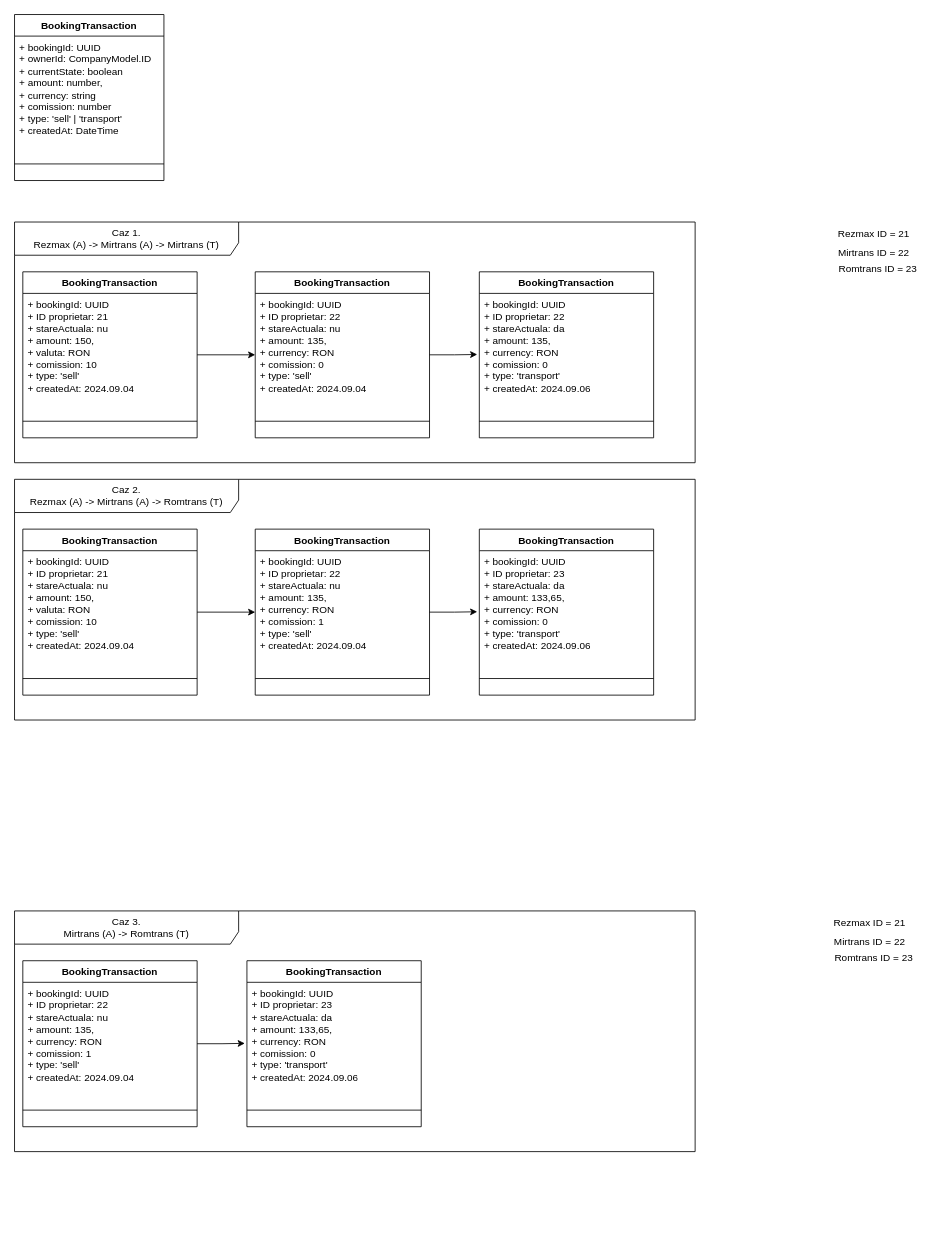
maxCheptea/Diagrams keeps this draw.io diagram as page "Booking flow" (3 of 3) of GBS/GBS_Booking_flow.drawio. Above is the earlier version. Source tidied: cells renumbered, new cells numbered last; positions are measured from the earlier drawing's top-left corner, leaving out a move shared by most shapes. Both pictures are drawn from the tidied source at 83%, with x=0, y=0 at pixel (14, 14).
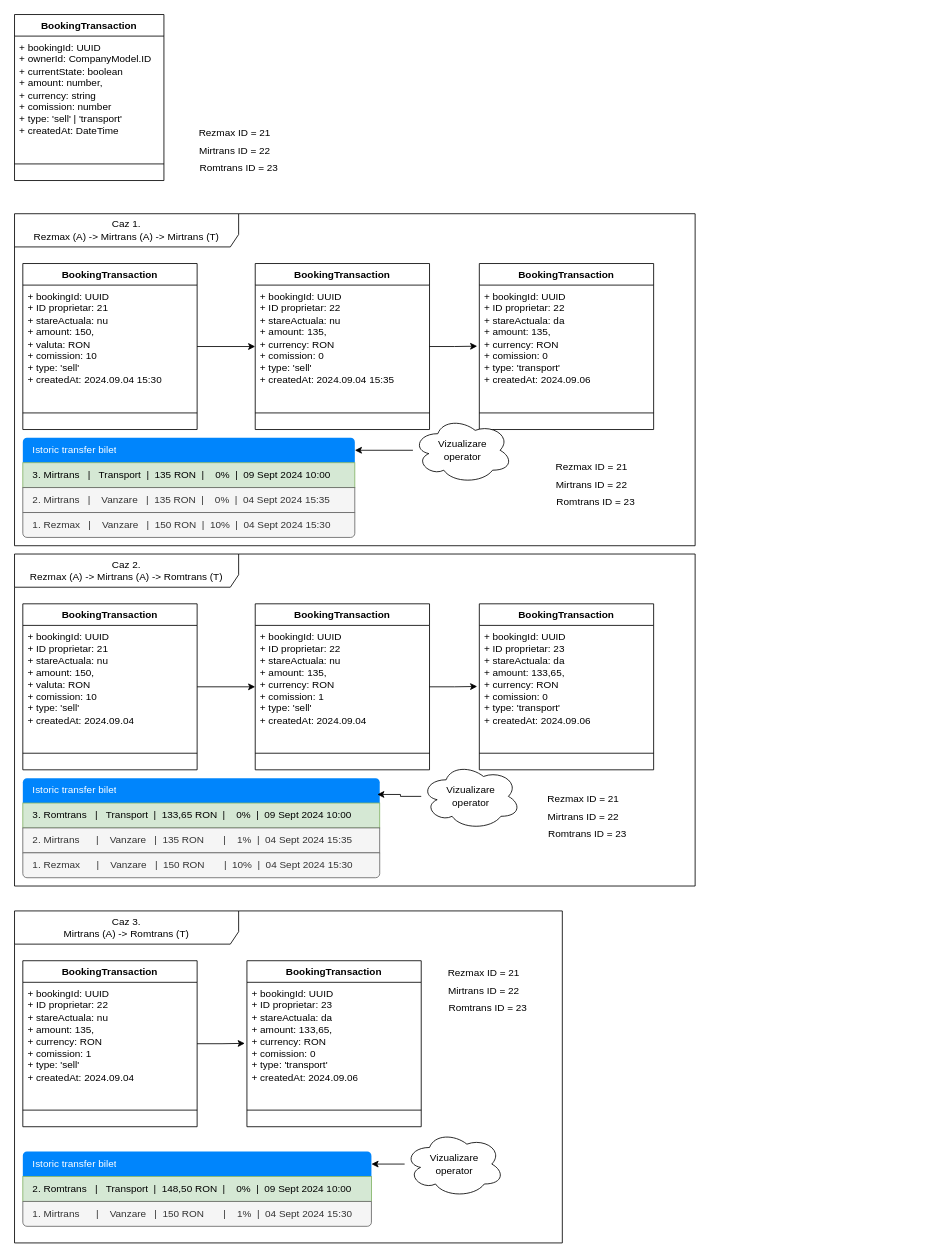
The same page after the edit.

The change refers to these unchanged cells:
```xml
<mxCell id="10" value="BookingTransaction&lt;div&gt;&lt;br&gt;&lt;/div&gt;" style="swimlane;fontStyle=1;align=center;verticalAlign=top;horizontal=1;startSize=26;whiteSpace=wrap;html=1;" parent="8" vertex="1">
  <mxGeometry x="10" y="60" width="210" height="200" as="geometry" />
</mxCell>
<mxCell id="17" value="BookingTransaction&lt;div&gt;&lt;br&gt;&lt;/div&gt;" style="swimlane;fontStyle=1;align=center;verticalAlign=top;horizontal=1;startSize=26;whiteSpace=wrap;html=1;" parent="8" vertex="1">
  <mxGeometry x="290" y="60" width="210" height="200" as="geometry" />
</mxCell>
```

What changed in the source:
```diff
@@
     <mxCell id="5" value="Rezmax ID = 21" style="text;html=1;align=center;verticalAlign=middle;strokeColor=none;fillColor=none;" parent="1" vertex="1">
-      <mxGeometry x="980" y="250" width="110" height="30" as="geometry" />
+      <mxGeometry x="210" y="128" width="110" height="30" as="geometry" />
     </mxCell>
     <mxCell id="6" value="Mirtrans ID = 22" style="text;html=1;align=center;verticalAlign=middle;strokeColor=none;fillColor=none;" parent="1" vertex="1">
-      <mxGeometry x="980" y="272" width="110" height="30" as="geometry" />
+      <mxGeometry x="210" y="150" width="110" height="30" as="geometry" />
     </mxCell>
     <mxCell id="7" value="Romtrans ID = 23" style="text;html=1;align=center;verticalAlign=middle;strokeColor=none;fillColor=none;" parent="1" vertex="1">
-      <mxGeometry x="980" y="292" width="120" height="30" as="geometry" />
+      <mxGeometry x="210" y="170" width="120" height="30" as="geometry" />
     </mxCell>
     <mxCell id="8" value="Caz 1.&lt;div&gt;Rezmax (A) -&amp;gt; Mirtrans (A) -&amp;gt; Mirtrans (T)&lt;/div&gt;" style="shape=umlFrame;whiteSpace=wrap;html=1;width=270;height=40;" parent="1" vertex="1">
-      <mxGeometry y="250" width="820" height="290" as="geometry" />
+      <mxGeometry y="240" width="820" height="400" as="geometry" />
     </mxCell>
@@
-    <mxCell id="11" value="+ bookingId: UUID&lt;div&gt;+ ID proprietar: 21&lt;/div&gt;&lt;div&gt;+ stareActuala: nu&lt;/div&gt;&lt;div&gt;+ amount: 150,&lt;/div&gt;&lt;div&gt;+ valuta: RON&lt;/div&gt;&lt;div&gt;+ comission: 10&lt;/div&gt;&lt;div&gt;+ type: 'sell'&lt;br&gt;&lt;div&gt;+ createdAt: 2024.09.04&lt;/div&gt;&lt;div&gt;&lt;br&gt;&lt;/div&gt;&lt;/div&gt;" style="text;strokeColor=none;fillColor=none;align=left;verticalAlign=top;spacingLeft=4;spacingRight=4;overflow=hidden;whiteSpace=wrap;html=1;" parent="10" vertex="1">
+    <mxCell id="11" value="+ bookingId: UUID&lt;div&gt;+ ID proprietar: 21&lt;/div&gt;&lt;div&gt;+ stareActuala: nu&lt;/div&gt;&lt;div&gt;+ amount: 150,&lt;/div&gt;&lt;div&gt;+ valuta: RON&lt;/div&gt;&lt;div&gt;+ comission: 10&lt;/div&gt;&lt;div&gt;+ type: 'sell'&lt;br&gt;&lt;div&gt;+ createdAt: 2024.09.04 15:30&lt;/div&gt;&lt;div&gt;&lt;br&gt;&lt;/div&gt;&lt;/div&gt;" style="text;strokeColor=none;fillColor=none;align=left;verticalAlign=top;spacingLeft=4;spacingRight=4;overflow=hidden;whiteSpace=wrap;html=1;" parent="10" vertex="1">
       <mxGeometry y="26" width="210" height="134" as="geometry" />
     </mxCell>
@@
-    <mxCell id="18" value="+ bookingId: UUID&lt;div&gt;+ ID proprietar: 22&lt;/div&gt;&lt;div&gt;+ stareActuala: nu&lt;/div&gt;&lt;div&gt;+ amount: 135,&lt;/div&gt;&lt;div&gt;+ currency: RON&lt;/div&gt;&lt;div&gt;+ comission: 0&lt;/div&gt;&lt;div&gt;+ type: 'sell'&lt;br&gt;&lt;div&gt;+ createdAt: 2024.09.04&lt;/div&gt;&lt;div&gt;&lt;br&gt;&lt;/div&gt;&lt;/div&gt;" style="text;strokeColor=none;fillColor=none;align=left;verticalAlign=top;spacingLeft=4;spacingRight=4;overflow=hidden;whiteSpace=wrap;html=1;" parent="17" vertex="1">
+    <mxCell id="18" value="+ bookingId: UUID&lt;div&gt;+ ID proprietar: 22&lt;/div&gt;&lt;div&gt;+ stareActuala: nu&lt;/div&gt;&lt;div&gt;+ amount: 135,&lt;/div&gt;&lt;div&gt;+ currency: RON&lt;/div&gt;&lt;div&gt;+ comission: 0&lt;/div&gt;&lt;div&gt;+ type: 'sell'&lt;br&gt;&lt;div&gt;+ createdAt: 2024.09.04 15:35&lt;/div&gt;&lt;div&gt;&lt;br&gt;&lt;/div&gt;&lt;/div&gt;" style="text;strokeColor=none;fillColor=none;align=left;verticalAlign=top;spacingLeft=4;spacingRight=4;overflow=hidden;whiteSpace=wrap;html=1;" parent="17" vertex="1">
       <mxGeometry y="26" width="210" height="134" as="geometry" />
     </mxCell>
@@
+    <mxCell id="43" value="Vizualizare&lt;br&gt;operator" style="ellipse;shape=cloud;whiteSpace=wrap;html=1;" parent="8" vertex="1">
+      <mxGeometry x="480" y="245" width="120" height="80" as="geometry" />
+    </mxCell>
+    <mxCell id="44" value="Rezmax ID = 21" style="text;html=1;align=center;verticalAlign=middle;strokeColor=none;fillColor=none;" parent="8" vertex="1">
+      <mxGeometry x="640" y="290" width="110" height="30" as="geometry" />
+    </mxCell>
+    <mxCell id="45" value="Mirtrans ID = 22" style="text;html=1;align=center;verticalAlign=middle;strokeColor=none;fillColor=none;" parent="8" vertex="1">
+      <mxGeometry x="640" y="312" width="110" height="30" as="geometry" />
+    </mxCell>
+    <mxCell id="46" value="Romtrans ID = 23" style="text;html=1;align=center;verticalAlign=middle;strokeColor=none;fillColor=none;" parent="8" vertex="1">
+      <mxGeometry x="640" y="332" width="120" height="30" as="geometry" />
+    </mxCell>
     <mxCell id="20" value="Caz 2.&lt;div&gt;Rezmax (A) -&amp;gt; Mirtrans (A) -&amp;gt; Romtrans (T)&lt;/div&gt;" style="shape=umlFrame;whiteSpace=wrap;html=1;width=270;height=40;" parent="1" vertex="1">
-      <mxGeometry y="560" width="820" height="290" as="geometry" />
+      <mxGeometry y="650" width="820" height="400" as="geometry" />
     </mxCell>
@@
+    <mxCell id="47" value="Vizualizare&lt;br&gt;operator" style="ellipse;shape=cloud;whiteSpace=wrap;html=1;" parent="20" vertex="1">
+      <mxGeometry x="490" y="252" width="120" height="80" as="geometry" />
+    </mxCell>
+    <mxCell id="48" value="Rezmax ID = 21" style="text;html=1;align=center;verticalAlign=middle;strokeColor=none;fillColor=none;" parent="20" vertex="1">
+      <mxGeometry x="630" y="280" width="110" height="30" as="geometry" />
+    </mxCell>
+    <mxCell id="49" value="Mirtrans ID = 22" style="text;html=1;align=center;verticalAlign=middle;strokeColor=none;fillColor=none;" parent="20" vertex="1">
+      <mxGeometry x="630" y="302" width="110" height="30" as="geometry" />
+    </mxCell>
+    <mxCell id="50" value="Romtrans ID = 23" style="text;html=1;align=center;verticalAlign=middle;strokeColor=none;fillColor=none;" parent="20" vertex="1">
+      <mxGeometry x="630" y="322" width="120" height="30" as="geometry" />
+    </mxCell>
     <mxCell id="32" value="Caz 3.&lt;div&gt;Mirtrans (A) -&amp;gt; Romtrans (T)&lt;/div&gt;" style="shape=umlFrame;whiteSpace=wrap;html=1;width=270;height=40;" parent="1" vertex="1">
-      <mxGeometry y="1080" width="820" height="290" as="geometry" />
+      <mxGeometry y="1080" width="660" height="400" as="geometry" />
     </mxCell>
@@
+    <mxCell id="51" style="swimlane;fontStyle=0;horizontal=1;startSize=0;whiteSpace=wrap;html=1;strokeColor=none;fillColor=none;" parent="32" vertex="1">
+      <mxGeometry x="10" y="290" width="420" height="90" as="geometry" />
+    </mxCell>
+    <mxCell id="52" value="Istoric transfer bilet" style="text;strokeColor=none;fillColor=#0085FC;align=left;verticalAlign=middle;spacingLeft=10;spacingRight=10;overflow=hidden;points=[[0,0.5],[1,0.5]];portConstraint=eastwest;whiteSpace=wrap;html=1;shape=mxgraph.bootstrap.topButton;rSize=5;fontColor=#ffffff;" parent="51" vertex="1">
+      <mxGeometry width="420" height="30" as="geometry" />
+    </mxCell>
+    <mxCell id="53" value="2. Romtrans&amp;nbsp; &amp;nbsp;|&amp;nbsp; &amp;nbsp;Transport&amp;nbsp; |&amp;nbsp; 148,50 RON&amp;nbsp; |&amp;nbsp; &amp;nbsp; 0%&amp;nbsp; |&amp;nbsp; 09 Sept 2024 10:00&amp;nbsp;" style="text;strokeColor=#82b366;fillColor=#d5e8d4;align=left;verticalAlign=middle;spacingLeft=10;spacingRight=10;overflow=hidden;whiteSpace=wrap;html=1;rSize=5;" parent="51" vertex="1">
+      <mxGeometry y="30" width="420" height="30" as="geometry" />
+    </mxCell>
+    <mxCell id="54" value="1. Mirtrans&amp;nbsp; &amp;nbsp; &amp;nbsp; |&amp;nbsp; &amp;nbsp; Vanzare&amp;nbsp; &amp;nbsp;|&amp;nbsp; 150 RON&amp;nbsp; &amp;nbsp; &amp;nbsp; &amp;nbsp;|&amp;nbsp; &amp;nbsp; 1%&amp;nbsp; |&amp;nbsp; 04 Sept 2024 15:30&amp;nbsp;" style="text;strokeColor=#666666;fillColor=#f5f5f5;align=left;verticalAlign=middle;spacingLeft=10;spacingRight=10;overflow=hidden;whiteSpace=wrap;html=1;shape=mxgraph.bootstrap.bottomButton;rSize=5;fontColor=#333333;" parent="51" vertex="1">
+      <mxGeometry y="60" width="420" height="30" as="geometry" />
+    </mxCell>
+    <mxCell id="55" style="edgeStyle=orthogonalEdgeStyle;rounded=0;jettySize=auto;html=1;" parent="32" edge="1" source="56" target="52">
+      <mxGeometry relative="1" as="geometry" />
+    </mxCell>
+    <mxCell id="56" value="Vizualizare&lt;br&gt;operator" style="ellipse;shape=cloud;whiteSpace=wrap;html=1;" parent="32" vertex="1">
+      <mxGeometry x="470" y="265" width="120" height="80" as="geometry" />
+    </mxCell>
-    <mxCell id="40" value="Rezmax ID = 21" style="text;html=1;align=center;verticalAlign=middle;strokeColor=none;fillColor=none;" parent="1" vertex="1">
-      <mxGeometry x="975" y="1080" width="110" height="30" as="geometry" />
+    <mxCell id="40" value="Rezmax ID = 21" style="text;html=1;align=center;verticalAlign=middle;strokeColor=none;fillColor=none;" parent="32" vertex="1">
+      <mxGeometry x="510" y="60" width="110" height="30" as="geometry" />
     </mxCell>
-    <mxCell id="41" value="Mirtrans ID = 22" style="text;html=1;align=center;verticalAlign=middle;strokeColor=none;fillColor=none;" parent="1" vertex="1">
-      <mxGeometry x="975" y="1102" width="110" height="30" as="geometry" />
+    <mxCell id="41" value="Mirtrans ID = 22" style="text;html=1;align=center;verticalAlign=middle;strokeColor=none;fillColor=none;" parent="32" vertex="1">
+      <mxGeometry x="510" y="82" width="110" height="30" as="geometry" />
     </mxCell>
-    <mxCell id="42" value="Romtrans ID = 23" style="text;html=1;align=center;verticalAlign=middle;strokeColor=none;fillColor=none;" parent="1" vertex="1">
-      <mxGeometry x="975" y="1122" width="120" height="30" as="geometry" />
+    <mxCell id="42" value="Romtrans ID = 23" style="text;html=1;align=center;verticalAlign=middle;strokeColor=none;fillColor=none;" parent="32" vertex="1">
+      <mxGeometry x="510" y="102" width="120" height="30" as="geometry" />
     </mxCell>
+    <mxCell id="57" style="swimlane;fontStyle=0;horizontal=1;startSize=0;whiteSpace=wrap;html=1;strokeColor=none;fillColor=none;" parent="1" vertex="1">
+      <mxGeometry x="10" y="510" width="400" height="120" as="geometry" />
+    </mxCell>
+    <mxCell id="58" value="Istoric transfer bilet" style="text;strokeColor=none;fillColor=#0085FC;align=left;verticalAlign=middle;spacingLeft=10;spacingRight=10;overflow=hidden;points=[[0,0.5],[1,0.5]];portConstraint=eastwest;whiteSpace=wrap;html=1;shape=mxgraph.bootstrap.topButton;rSize=5;fontColor=#ffffff;" parent="57" vertex="1">
+      <mxGeometry width="400" height="30" as="geometry" />
+    </mxCell>
+    <mxCell id="59" value="3. Mirtrans&amp;nbsp; &amp;nbsp;|&amp;nbsp; &amp;nbsp;Transport&amp;nbsp; |&amp;nbsp; 135 RON&amp;nbsp; |&amp;nbsp; &amp;nbsp; 0%&amp;nbsp; |&amp;nbsp; 09 Sept 2024 10:00&amp;nbsp;" style="text;strokeColor=#82b366;fillColor=#d5e8d4;align=left;verticalAlign=middle;spacingLeft=10;spacingRight=10;overflow=hidden;whiteSpace=wrap;html=1;rSize=5;" parent="57" vertex="1">
+      <mxGeometry y="30" width="400" height="30" as="geometry" />
+    </mxCell>
+    <mxCell id="60" value="2. Mirtrans&amp;nbsp; &amp;nbsp;|&amp;nbsp; &amp;nbsp; Vanzare&amp;nbsp; &amp;nbsp;|&amp;nbsp; 135 RON&amp;nbsp; |&amp;nbsp; &amp;nbsp; 0%&amp;nbsp; |&amp;nbsp; 04 Sept 2024 15:35&amp;nbsp;" style="text;strokeColor=#666666;fillColor=#f5f5f5;align=left;verticalAlign=middle;spacingLeft=10;spacingRight=10;overflow=hidden;whiteSpace=wrap;html=1;rSize=5;fontColor=#333333;" parent="57" vertex="1">
+      <mxGeometry y="60" width="400" height="30" as="geometry" />
+    </mxCell>
+    <mxCell id="61" value="1. Rezmax&amp;nbsp; &amp;nbsp;|&amp;nbsp; &amp;nbsp; Vanzare&amp;nbsp; &amp;nbsp;|&amp;nbsp; 150 RON&amp;nbsp; |&amp;nbsp; 10%&amp;nbsp; |&amp;nbsp; 04 Sept 2024 15:30&amp;nbsp;" style="text;strokeColor=#666666;fillColor=#f5f5f5;align=left;verticalAlign=middle;spacingLeft=10;spacingRight=10;overflow=hidden;whiteSpace=wrap;html=1;shape=mxgraph.bootstrap.bottomButton;rSize=5;fontColor=#333333;" parent="57" vertex="1">
+      <mxGeometry y="90" width="400" height="30" as="geometry" />
+    </mxCell>
+    <mxCell id="62" style="swimlane;fontStyle=0;horizontal=1;startSize=0;whiteSpace=wrap;html=1;strokeColor=none;fillColor=none;" parent="1" vertex="1">
+      <mxGeometry x="10" y="920" width="430" height="120" as="geometry" />
+    </mxCell>
+    <mxCell id="63" value="Istoric transfer bilet" style="text;strokeColor=none;fillColor=#0085FC;align=left;verticalAlign=middle;spacingLeft=10;spacingRight=10;overflow=hidden;whiteSpace=wrap;html=1;shape=mxgraph.bootstrap.topButton;rSize=5;fontColor=#ffffff;" parent="62" vertex="1">
+      <mxGeometry width="430" height="30" as="geometry" />
+    </mxCell>
+    <mxCell id="64" value="3. Romtrans&amp;nbsp; &amp;nbsp;|&amp;nbsp; &amp;nbsp;Transport&amp;nbsp; |&amp;nbsp; 133,65 RON&amp;nbsp; |&amp;nbsp; &amp;nbsp; 0%&amp;nbsp; |&amp;nbsp; 09 Sept 2024 10:00&amp;nbsp;" style="text;strokeColor=#82b366;fillColor=#d5e8d4;align=left;verticalAlign=middle;spacingLeft=10;spacingRight=10;overflow=hidden;whiteSpace=wrap;html=1;rSize=5;" parent="62" vertex="1">
+      <mxGeometry y="30" width="430" height="30" as="geometry" />
+    </mxCell>
+    <mxCell id="65" value="2. Mirtrans&amp;nbsp; &amp;nbsp; &amp;nbsp; |&amp;nbsp; &amp;nbsp; Vanzare&amp;nbsp; &amp;nbsp;|&amp;nbsp; 135 RON&amp;nbsp; &amp;nbsp; &amp;nbsp; &amp;nbsp;|&amp;nbsp; &amp;nbsp; 1%&amp;nbsp; |&amp;nbsp; 04 Sept 2024 15:35&amp;nbsp;" style="text;strokeColor=#666666;fillColor=#f5f5f5;align=left;verticalAlign=middle;spacingLeft=10;spacingRight=10;overflow=hidden;whiteSpace=wrap;html=1;rSize=5;fontColor=#333333;" parent="62" vertex="1">
+      <mxGeometry y="60" width="430" height="30" as="geometry" />
+    </mxCell>
+    <mxCell id="66" value="1. Rezmax&amp;nbsp; &amp;nbsp; &amp;nbsp; |&amp;nbsp; &amp;nbsp; Vanzare&amp;nbsp; &amp;nbsp;|&amp;nbsp; 150 RON&amp;nbsp; &amp;nbsp; &amp;nbsp; &amp;nbsp;|&amp;nbsp; 10%&amp;nbsp; |&amp;nbsp; 04 Sept 2024 15:30&amp;nbsp;" style="text;strokeColor=#666666;fillColor=#f5f5f5;align=left;verticalAlign=middle;spacingLeft=10;spacingRight=10;overflow=hidden;whiteSpace=wrap;html=1;shape=mxgraph.bootstrap.bottomButton;rSize=5;fontColor=#333333;" parent="62" vertex="1">
+      <mxGeometry y="90" width="430" height="30" as="geometry" />
+    </mxCell>
+    <mxCell id="67" style="edgeStyle=orthogonalEdgeStyle;rounded=0;jettySize=auto;html=1;" parent="1" edge="1" source="43" target="58">
+      <mxGeometry relative="1" as="geometry" />
+    </mxCell>
+    <mxCell id="68" style="edgeStyle=orthogonalEdgeStyle;rounded=0;jettySize=auto;html=1;entryX=0.993;entryY=0.164;entryDx=0;entryDy=0;entryPerimeter=0;" parent="1" edge="1" source="47" target="62">
+      <mxGeometry relative="1" as="geometry" />
+    </mxCell>
```
